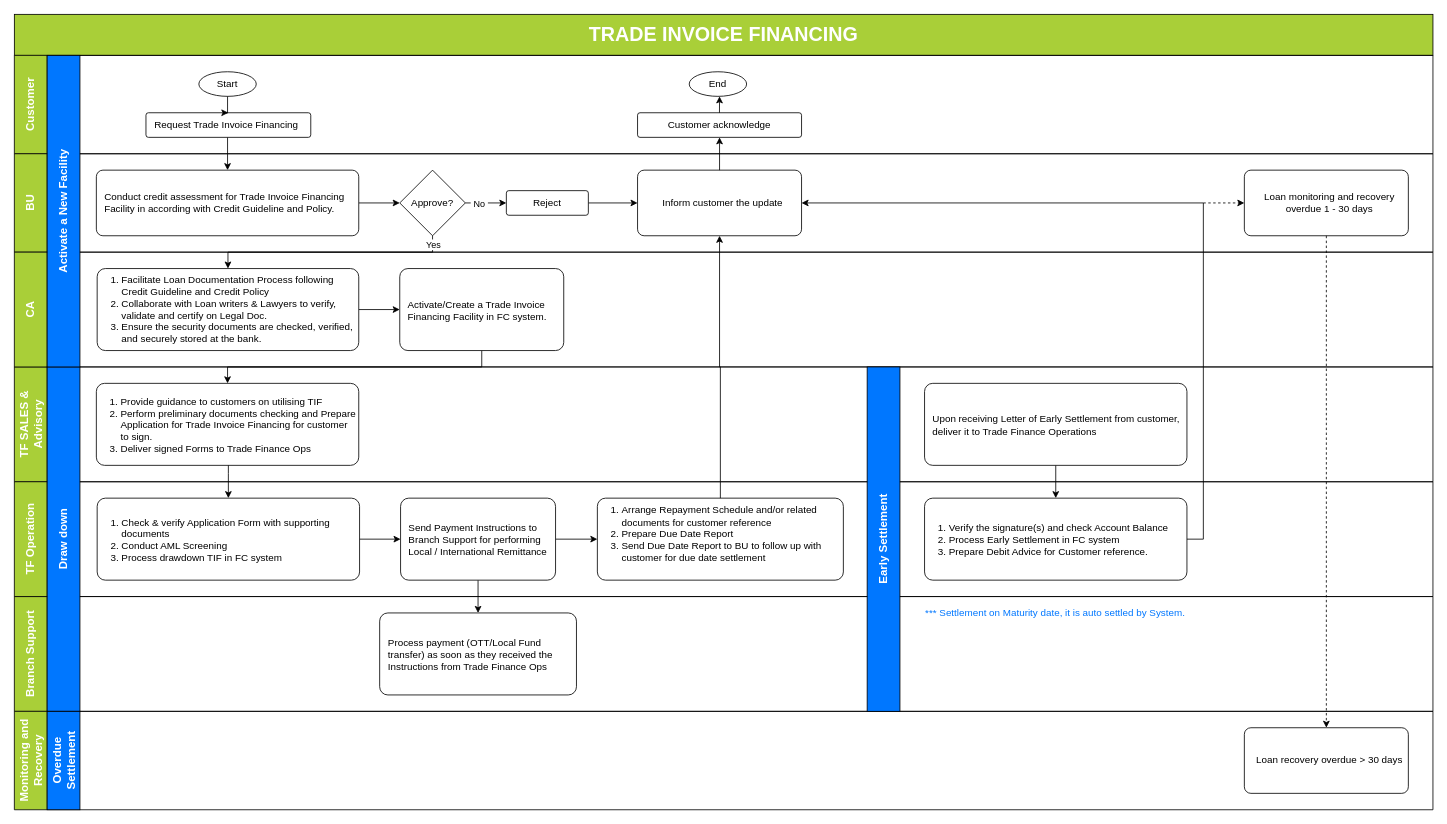
The draw.io diagram Trade Invoice Financing.drawio in kirikroem/brainleader, before the edit. Source tidied: cells renumbered, new cells numbered last; positions are measured from the earlier drawing's top-left corner, leaving out a move shared by most shapes. Both pictures are drawn from the tidied source at 82%, with x=0, y=0 at pixel (-109, 14).
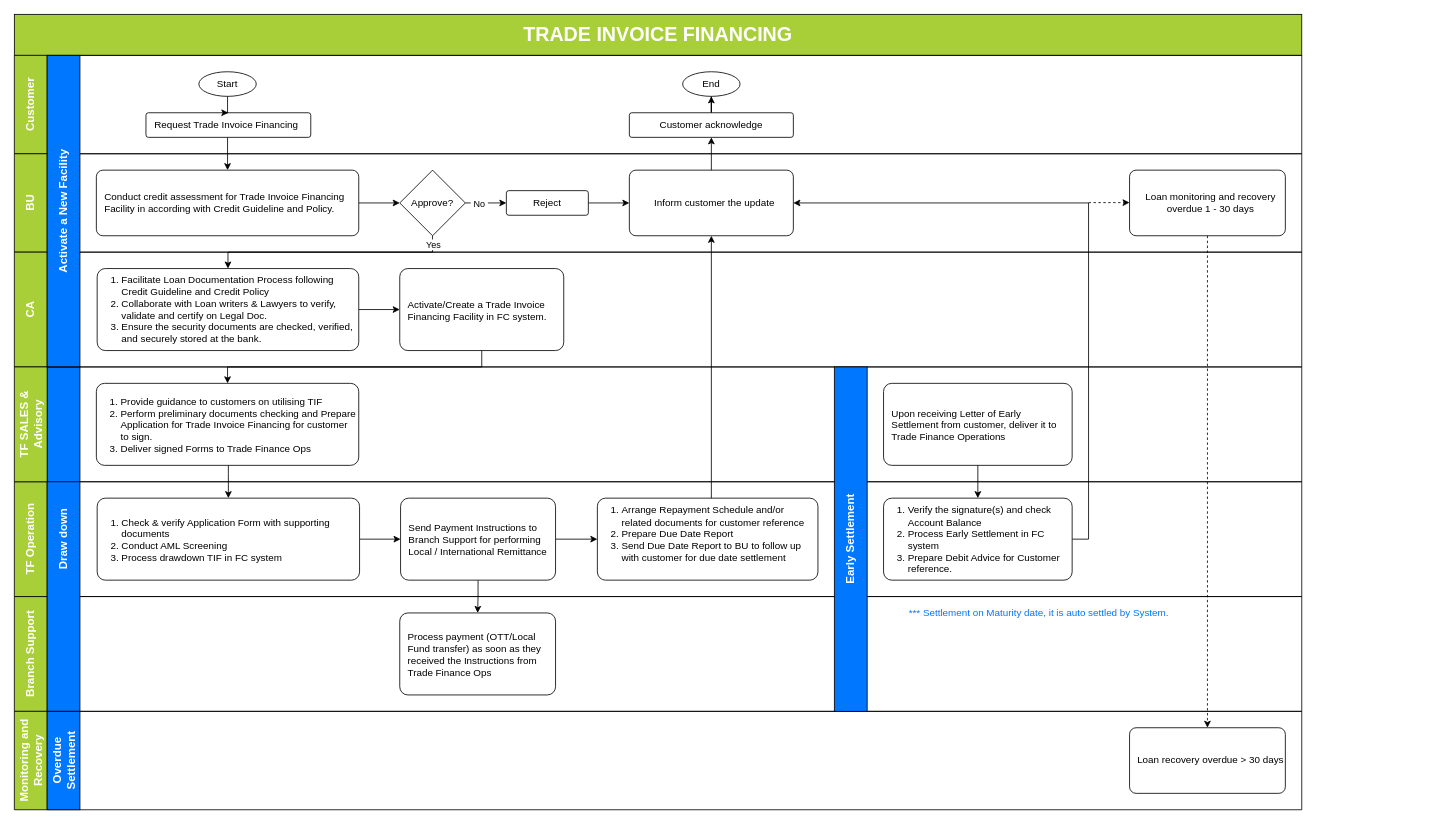
The same diagram, later.

Change to the diagram source:
```diff
@@
-    <mxCell id="2" value="&lt;span style=&quot;font-size: 14px;&quot;&gt;TF SALES &amp;amp; Advisory&lt;/span&gt;" style="swimlane;horizontal=0;whiteSpace=wrap;html=1;startSize=40;fillColor=#A9CF38;fontColor=#FFFFFF;" parent="1" vertex="1">
-      <mxGeometry x="150" y="430" width="1730" height="140" as="geometry" />
-    </mxCell>
     <mxCell id="3" value="&lt;span style=&quot;font-size: 14px;&quot;&gt;Branch Support&lt;/span&gt;" style="swimlane;horizontal=0;whiteSpace=wrap;html=1;startSize=40;fillColor=#A9CF38;fontColor=#FFFFFF;" parent="1" vertex="1">
-      <mxGeometry x="150" y="710" width="1730" height="140" as="geometry" />
+      <mxGeometry x="150" y="710" width="1570" height="140" as="geometry" />
     </mxCell>
     <mxCell id="4" value="*** Settlement on Maturity date, it is auto settled by System." style="text;html=1;align=right;verticalAlign=middle;whiteSpace=wrap;rounded=0;fontColor=#0077FF;" parent="3" vertex="1">
-      <mxGeometry x="1080" width="350" height="40" as="geometry" />
+      <mxGeometry x="1060" width="350" height="40" as="geometry" />
     </mxCell>
     <mxCell id="5" value="Process payment (OTT/Local Fund transfer) as soon as they received the Instructions from Trade Finance Ops" style="rounded=1;whiteSpace=wrap;html=1;align=left;arcSize=10;strokeOpacity=100;imageHeight=24;imageAspect=1;spacingTop=1;spacingLeft=8;spacingRight=4;" parent="3" vertex="1">
-      <mxGeometry x="445.5" y="20" width="240" height="100" as="geometry" />
+      <mxGeometry x="470" y="20" width="190" height="100" as="geometry" />
     </mxCell>
     <mxCell id="6" value="&lt;span style=&quot;font-size: 14px;&quot;&gt;TF Operation&lt;/span&gt;" style="swimlane;horizontal=0;whiteSpace=wrap;html=1;startSize=40;fillColor=#A9CF38;fontColor=#FFFFFF;" parent="1" vertex="1">
-      <mxGeometry x="150" y="570" width="1730" height="140" as="geometry" />
+      <mxGeometry x="150" y="570" width="1570" height="140" as="geometry" />
     </mxCell>
     <mxCell id="7" value="&lt;div&gt;&lt;ol&gt;&lt;li&gt;Arrange Repayment Schedule and/or related documents for customer reference&lt;/li&gt;&lt;li&gt;Prepare Due Date Report&amp;nbsp;&lt;/li&gt;&lt;li&gt;Send Due Date Report to BU to follow up with customer for due date settlement&lt;/li&gt;&lt;/ol&gt;&lt;/div&gt;&lt;div&gt;&lt;br&gt;&lt;/div&gt;" style="rounded=1;whiteSpace=wrap;html=1;align=left;arcSize=10;strokeOpacity=100;imageHeight=24;imageAspect=1;spacingTop=1;spacingLeft=-12;spacingRight=4;" parent="6" vertex="1">
-      <mxGeometry x="711" y="20" width="300" height="100" as="geometry" />
+      <mxGeometry x="711" y="20" width="269" height="100" as="geometry" />
     </mxCell>
-    <mxCell id="8" style="edgeStyle=orthogonalEdgeStyle;rounded=0;jettySize=auto;html=1;" parent="6" edge="1" source="9" target="10">
-      <mxGeometry relative="1" as="geometry" />
-    </mxCell>
-    <mxCell id="9" value="&lt;span style=&quot;background-color: transparent; color: light-dark(rgb(0, 0, 0), rgb(255, 255, 255));&quot;&gt;Upon receiving Letter of Early Settlement from customer, deliver it to Trade Finance Operations&lt;/span&gt;" style="rounded=1;whiteSpace=wrap;html=1;align=left;arcSize=10;strokeOpacity=100;imageHeight=24;imageAspect=1;spacingTop=1;spacingLeft=8;" parent="6" vertex="1">
-      <mxGeometry x="1110" y="-120" width="320" height="100" as="geometry" />
-    </mxCell>
-    <mxCell id="10" value="&lt;ol&gt;&lt;li&gt;&lt;span style=&quot;background-color: transparent; color: light-dark(rgb(0, 0, 0), rgb(255, 255, 255));&quot;&gt;Verify the signature(s) and check Account Balance&lt;/span&gt;&lt;/li&gt;&lt;li&gt;&lt;span style=&quot;background-color: transparent; color: light-dark(rgb(0, 0, 0), rgb(255, 255, 255));&quot;&gt;Process Early Settlement in FC system&lt;/span&gt;&lt;/li&gt;&lt;li&gt;&lt;span style=&quot;background-color: transparent; color: light-dark(rgb(0, 0, 0), rgb(255, 255, 255));&quot;&gt;Prepare Debit Advice for Customer reference.&lt;/span&gt;&lt;/li&gt;&lt;/ol&gt;" style="rounded=1;whiteSpace=wrap;html=1;align=left;arcSize=10;strokeOpacity=100;imageHeight=24;imageAspect=1;spacingTop=1;spacingLeft=-12;" parent="6" vertex="1">
-      <mxGeometry x="1110" y="20" width="320" height="100" as="geometry" />
-    </mxCell>
-    <mxCell id="11" style="edgeStyle=orthogonalEdgeStyle;rounded=0;jettySize=auto;html=1;" parent="6" edge="1" source="10">
-      <mxGeometry relative="1" as="geometry">
-        <mxPoint x="960" y="-340" as="targetPoint" />
-        <Array as="points">
-          <mxPoint x="1450" y="70" />
-          <mxPoint x="1450" y="-340" />
-        </Array>
-      </mxGeometry>
-    </mxCell>
     <mxCell id="12" value="&lt;font style=&quot;font-size: 24px;&quot;&gt;TRADE INVOICE FINANCING&lt;/font&gt;" style="text;html=1;align=center;verticalAlign=middle;whiteSpace=wrap;rounded=0;fontStyle=1;fontSize=18;fillColor=#A9CF38;strokeColor=#000000;fontColor=#FFFFFF;" parent="1" vertex="1">
-      <mxGeometry x="150" width="1730" height="50" as="geometry" />
+      <mxGeometry x="150" width="1570" height="50" as="geometry" />
     </mxCell>
@@
-    <mxCell id="29" style="edgeStyle=orthogonalEdgeStyle;rounded=0;jettySize=auto;html=1;entryX=0.5;entryY=1;entryDx=0;entryDy=0;" parent="1" edge="1" source="7" target="34">
-      <mxGeometry relative="1" as="geometry" />
-    </mxCell>
     <mxCell id="30" value="&lt;span style=&quot;font-size: 14px;&quot;&gt;Customer&lt;/span&gt;" style="swimlane;horizontal=0;whiteSpace=wrap;html=1;startSize=40;fillColor=#A9CF38;fontColor=#FFFFFF;" parent="1" vertex="1">
-      <mxGeometry x="150" y="50" width="1730" height="120" as="geometry" />
+      <mxGeometry x="150" y="50" width="1570" height="120" as="geometry" />
     </mxCell>
@@
     <mxCell id="34" value="Inform customer the update" style="rounded=1;whiteSpace=wrap;html=1;arcSize=10;spacingTop=0;imageWidth=24;spacingBottom=0;spacingLeft=8;align=center;" parent="30" vertex="1">
-      <mxGeometry x="760" y="140" width="200" height="80" as="geometry" />
+      <mxGeometry x="750" y="140" width="200" height="80" as="geometry" />
     </mxCell>
+    <mxCell id="55" style="edgeStyle=orthogonalEdgeStyle;rounded=0;jettySize=auto;html=1;entryX=0.5;entryY=1;entryDx=0;entryDy=0;" parent="30" edge="1" source="35" target="36">
+      <mxGeometry relative="1" as="geometry" />
+    </mxCell>
     <mxCell id="35" value="Customer acknowledge" style="rounded=1;whiteSpace=wrap;html=1;arcSize=10;" parent="30" vertex="1">
-      <mxGeometry x="760" y="70" width="200" height="30" as="geometry" />
+      <mxGeometry x="750" y="70" width="200" height="30" as="geometry" />
     </mxCell>
     <mxCell id="36" value="End" style="ellipse;whiteSpace=wrap;html=1;" parent="30" vertex="1">
-      <mxGeometry x="823" y="20" width="70" height="30" as="geometry" />
+      <mxGeometry x="815" y="20" width="70" height="30" as="geometry" />
     </mxCell>
@@
-    <mxCell id="38" style="edgeStyle=orthogonalEdgeStyle;rounded=0;orthogonalLoop=1;jettySize=auto;html=1;entryX=0.529;entryY=1;entryDx=0;entryDy=0;entryPerimeter=0;" parent="30" edge="1">
-      <mxGeometry relative="1" as="geometry">
-        <mxPoint x="859.9" y="70" as="sourcePoint" />
-        <mxPoint x="860" y="50" as="targetPoint" />
-      </mxGeometry>
-    </mxCell>
     <mxCell id="39" value="&lt;span style=&quot;font-size: 14px;&quot;&gt;BU&lt;/span&gt;" style="swimlane;horizontal=0;whiteSpace=wrap;html=1;startSize=40;fillColor=#A9CF38;fontColor=#FFFFFF;" parent="1" vertex="1">
-      <mxGeometry x="150" y="170" width="1730" height="120" as="geometry" />
+      <mxGeometry x="150" y="170" width="1570" height="120" as="geometry" />
     </mxCell>
@@
     <mxCell id="44" value="Loan monitoring and recovery overdue 1 - 30 days" style="rounded=1;whiteSpace=wrap;html=1;arcSize=10;spacingTop=0;imageWidth=24;spacingBottom=0;spacingLeft=8;align=center;" parent="39" vertex="1">
-      <mxGeometry x="1500" y="20" width="200" height="80" as="geometry" />
+      <mxGeometry x="1360" y="20" width="190" height="80" as="geometry" />
     </mxCell>
+    <mxCell id="53" style="endArrow=classic;html=1;rounded=0;entryX=0;entryY=0.5;entryDx=0;entryDy=0;dashed=1;" parent="39" edge="1">
+      <mxGeometry relative="1" as="geometry">
+        <mxPoint x="1310" y="59.6" as="sourcePoint" />
+        <mxPoint x="1360" y="59.6" as="targetPoint" />
+      </mxGeometry>
+    </mxCell>
     <mxCell id="45" value="&lt;span style=&quot;font-size: 14px;&quot;&gt;CA&lt;/span&gt;" style="swimlane;horizontal=0;whiteSpace=wrap;html=1;startSize=40;fillColor=#A9CF38;fontColor=#FFFFFF;" parent="1" vertex="1">
-      <mxGeometry x="150" y="290" width="1730" height="140" as="geometry" />
+      <mxGeometry x="150" y="290" width="1570" height="140" as="geometry" />
     </mxCell>
@@
+    <mxCell id="56" style="edgeStyle=orthogonalEdgeStyle;rounded=0;orthogonalLoop=1;jettySize=auto;html=1;" parent="45" edge="1">
+      <mxGeometry relative="1" as="geometry">
+        <mxPoint x="850" y="300" as="sourcePoint" />
+        <mxPoint x="850" y="-20" as="targetPoint" />
+      </mxGeometry>
+    </mxCell>
@@
     <mxCell id="49" value="&lt;span style=&quot;font-size: 14px;&quot;&gt;Monitoring and Recovery&lt;/span&gt;" style="swimlane;horizontal=0;whiteSpace=wrap;html=1;startSize=40;fillColor=#A9CF38;fontColor=#FFFFFF;" parent="1" vertex="1">
-      <mxGeometry x="150" y="850" width="1730" height="120" as="geometry" />
+      <mxGeometry x="150" y="850" width="1570" height="120" as="geometry" />
     </mxCell>
@@
     <mxCell id="51" value="Loan recovery overdue &amp;gt; 30 days" style="rounded=1;whiteSpace=wrap;html=1;arcSize=10;spacingTop=0;imageWidth=24;spacingBottom=0;spacingLeft=8;align=center;" parent="49" vertex="1">
-      <mxGeometry x="1500" y="20" width="200" height="80" as="geometry" />
+      <mxGeometry x="1360" y="20" width="190" height="80" as="geometry" />
     </mxCell>
+    <mxCell id="11" style="edgeStyle=orthogonalEdgeStyle;rounded=0;jettySize=auto;html=1;entryX=1;entryY=0.5;entryDx=0;entryDy=0;" parent="1" edge="1" source="10" target="34">
+      <mxGeometry relative="1" as="geometry">
+        <Array as="points">
+          <mxPoint x="1460" y="640" />
+          <mxPoint x="1460" y="230" />
+        </Array>
+      </mxGeometry>
+    </mxCell>
+    <mxCell id="10" value="&lt;ol&gt;&lt;li&gt;&lt;span style=&quot;background-color: transparent; color: light-dark(rgb(0, 0, 0), rgb(255, 255, 255));&quot;&gt;Verify the signature(s) and check Account Balance&lt;/span&gt;&lt;/li&gt;&lt;li&gt;&lt;span style=&quot;background-color: transparent; color: light-dark(rgb(0, 0, 0), rgb(255, 255, 255));&quot;&gt;Process Early Settlement in FC system&lt;/span&gt;&lt;/li&gt;&lt;li&gt;&lt;span style=&quot;background-color: transparent; color: light-dark(rgb(0, 0, 0), rgb(255, 255, 255));&quot;&gt;Prepare Debit Advice for Customer reference.&lt;/span&gt;&lt;/li&gt;&lt;/ol&gt;" style="rounded=1;whiteSpace=wrap;html=1;align=left;arcSize=10;strokeOpacity=100;imageHeight=24;imageAspect=1;spacingTop=1;spacingLeft=-12;" parent="1" vertex="1">
+      <mxGeometry x="1210" y="590" width="230" height="100" as="geometry" />
+    </mxCell>
+    <mxCell id="9" value="&lt;span style=&quot;background-color: transparent; color: light-dark(rgb(0, 0, 0), rgb(255, 255, 255));&quot;&gt;Upon receiving Letter of Early Settlement from customer, deliver it to Trade Finance Operations&lt;/span&gt;" style="rounded=1;whiteSpace=wrap;html=1;align=left;arcSize=10;strokeOpacity=100;imageHeight=24;imageAspect=1;spacingTop=1;spacingLeft=8;spacingRight=3;" parent="1" vertex="1">
+      <mxGeometry x="1210" y="450" width="230" height="100" as="geometry" />
+    </mxCell>
+    <mxCell id="8" style="edgeStyle=orthogonalEdgeStyle;rounded=0;jettySize=auto;html=1;" parent="1" edge="1" source="9" target="10">
+      <mxGeometry relative="1" as="geometry" />
+    </mxCell>
+    <mxCell id="2" value="&lt;span style=&quot;font-size: 14px;&quot;&gt;TF SALES &amp;amp; Advisory&lt;/span&gt;" style="swimlane;horizontal=0;whiteSpace=wrap;html=1;startSize=40;fillColor=#A9CF38;fontColor=#FFFFFF;" parent="1" vertex="1">
+      <mxGeometry x="150" y="430" width="1570" height="140" as="geometry" />
+    </mxCell>
+    <mxCell id="54" value="&lt;span style=&quot;font-size: 14px; font-weight: 700;&quot;&gt;Early Settlement&lt;/span&gt;" style="rounded=0;whiteSpace=wrap;html=1;rotation=-90;fillColor=#0077FF;fontColor=#FFFFFF;" parent="1" vertex="1">
+      <mxGeometry x="960" y="620" width="420" height="40" as="geometry" />
+    </mxCell>
@@
-    <mxCell id="53" style="endArrow=classic;html=1;rounded=0;entryX=0;entryY=0.5;entryDx=0;entryDy=0;dashed=1;" parent="1" edge="1" target="44">
-      <mxGeometry relative="1" as="geometry">
-        <mxPoint x="1600" y="230" as="sourcePoint" />
-      </mxGeometry>
-    </mxCell>
-    <mxCell id="54" value="&lt;span style=&quot;font-size: 14px; font-weight: 700;&quot;&gt;Early Settlement&lt;/span&gt;" style="rounded=0;whiteSpace=wrap;html=1;rotation=-90;fillColor=#0077FF;fontColor=#FFFFFF;" parent="1" vertex="1">
-      <mxGeometry x="1000" y="620" width="420" height="40" as="geometry" />
-    </mxCell>
```
